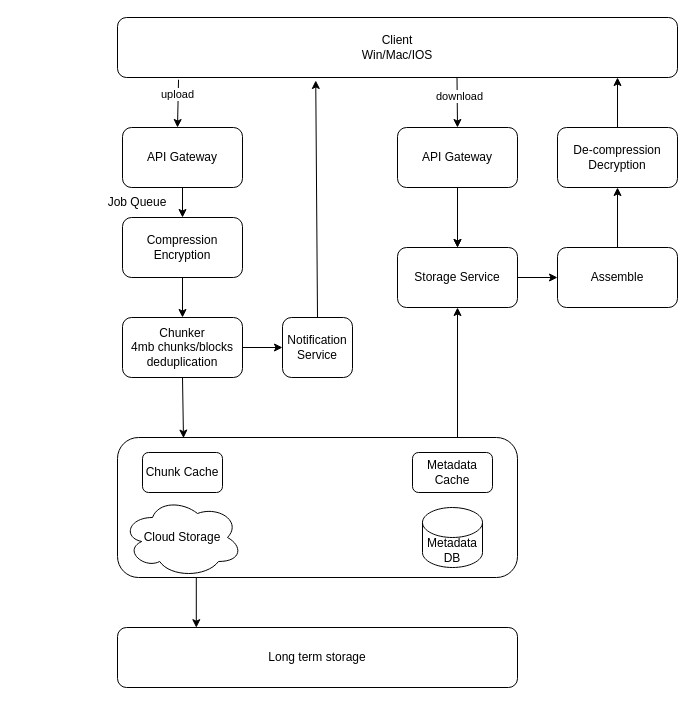
Earlier version of the draw.io diagram GoogleDrive.drawio (xwq172677170/SysdDiagram). Source tidied: cells renumbered, new cells numbered last; positions are measured from the earlier drawing's top-left corner, leaving out a move shared by most shapes. Both pictures are drawn from the tidied source at 100%, with x=0, y=0 at pixel (97, 17).
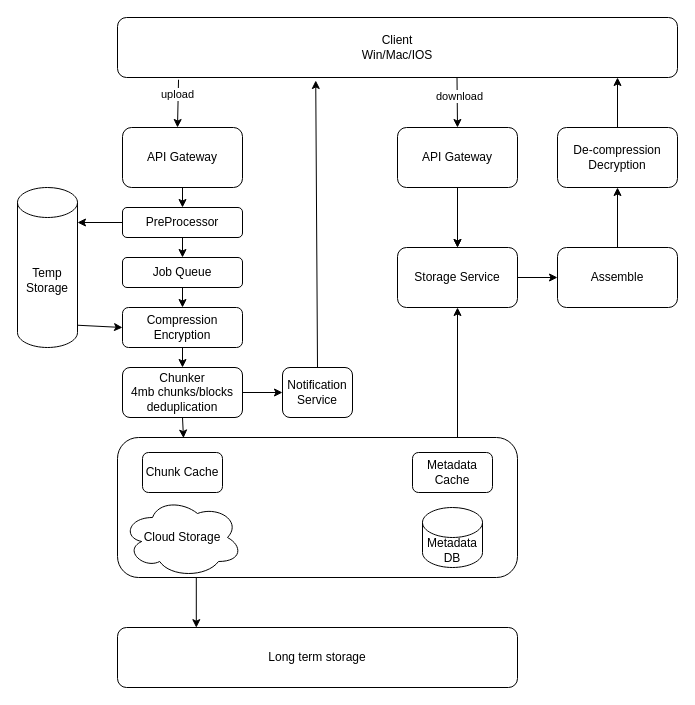
After the change.

Unchanged cells that the change refers to:
```xml
<mxCell id="5" value="API Gateway" style="rounded=1;whiteSpace=wrap;html=1;" parent="1" vertex="1">
  <mxGeometry x="25" y="110" width="120" height="60" as="geometry" />
</mxCell>
```

Diff of the diagram source:
```diff
@@
     <mxCell id="6" value="Chunker&lt;br&gt;4mb chunks/blocks&lt;br&gt;deduplication" style="rounded=1;whiteSpace=wrap;html=1;" parent="1" vertex="1">
-      <mxGeometry x="25" y="300" width="120" height="60" as="geometry" />
+      <mxGeometry x="25" y="350" width="120" height="50" as="geometry" />
     </mxCell>
@@
-    <mxCell id="12" style="endArrow=classic;html=1;rounded=0;entryX=0.5;entryY=0;entryDx=0;entryDy=0;" parent="1" edge="1" target="6">
-      <mxGeometry relative="1" as="geometry">
-        <mxPoint x="85" y="240" as="sourcePoint" />
-      </mxGeometry>
+    <mxCell id="12" style="endArrow=classic;html=1;rounded=0;entryX=0.5;entryY=0;entryDx=0;entryDy=0;" parent="1" edge="1" source="21" target="6">
+      <mxGeometry relative="1" as="geometry" />
     </mxCell>
@@
     <mxCell id="19" value="Notification Service" style="rounded=1;whiteSpace=wrap;html=1;" parent="1" vertex="1">
-      <mxGeometry x="185" y="300" width="70" height="60" as="geometry" />
+      <mxGeometry x="185" y="350" width="70" height="50" as="geometry" />
     </mxCell>
@@
-    <mxCell id="21" value="Compression&lt;br&gt;Encryption" style="rounded=1;whiteSpace=wrap;html=1;" parent="1" vertex="1">
-      <mxGeometry x="25" y="200" width="120" height="60" as="geometry" />
-    </mxCell>
-    <mxCell id="22" style="endArrow=classic;html=1;rounded=0;exitX=0.5;exitY=1;exitDx=0;exitDy=0;entryX=0.5;entryY=0;entryDx=0;entryDy=0;" parent="1" edge="1" source="5" target="21">
-      <mxGeometry relative="1" as="geometry" />
+    <mxCell id="22" style="endArrow=classic;html=1;rounded=0;exitX=0.5;exitY=1;exitDx=0;exitDy=0;" parent="1" edge="1" source="5">
+      <mxGeometry relative="1" as="geometry">
+        <mxPoint x="85" y="190" as="targetPoint" />
+      </mxGeometry>
     </mxCell>
@@
+    <mxCell id="34" style="endArrow=classic;html=1;rounded=0;entryX=0.5;entryY=0;entryDx=0;entryDy=0;" parent="1" edge="1" target="21">
+      <mxGeometry relative="1" as="geometry">
+        <mxPoint x="85" y="270" as="sourcePoint" />
+      </mxGeometry>
+    </mxCell>
+    <mxCell id="21" value="Compression&lt;br&gt;Encryption" style="rounded=1;whiteSpace=wrap;html=1;" parent="1" vertex="1">
+      <mxGeometry x="25" y="290" width="120" height="40" as="geometry" />
+    </mxCell>
+    <mxCell id="35" value="PreProcessor" style="rounded=1;whiteSpace=wrap;html=1;" parent="1" vertex="1">
+      <mxGeometry x="25" y="190" width="120" height="30" as="geometry" />
+    </mxCell>
+    <mxCell id="36" value="Temp Storage" style="shape=cylinder3;whiteSpace=wrap;html=1;boundedLbl=1;backgroundOutline=1;size=15;" parent="1" vertex="1">
+      <mxGeometry x="-80" y="170" width="60" height="160" as="geometry" />
+    </mxCell>
+    <mxCell id="37" style="endArrow=classic;html=1;rounded=0;exitX=0;exitY=0.5;exitDx=0;exitDy=0;" parent="1" edge="1" source="35">
+      <mxGeometry relative="1" as="geometry">
+        <mxPoint x="-20" y="205" as="targetPoint" />
+      </mxGeometry>
+    </mxCell>
-    <mxCell id="33" value="Job Queue" style="text;html=1;strokeColor=none;fillColor=none;align=center;verticalAlign=middle;whiteSpace=wrap;rounded=0;" parent="1" vertex="1">
-      <mxGeometry y="170" width="80" height="30" as="geometry" />
+    <mxCell id="33" value="Job Queue" style="rounded=1;whiteSpace=wrap;html=1;" parent="1" vertex="1">
+      <mxGeometry x="25" y="240" width="120" height="30" as="geometry" />
     </mxCell>
+    <mxCell id="38" style="endArrow=classic;html=1;rounded=0;exitX=0.5;exitY=1;exitDx=0;exitDy=0;entryX=0.5;entryY=0;entryDx=0;entryDy=0;" parent="1" edge="1" source="35" target="33">
+      <mxGeometry relative="1" as="geometry" />
+    </mxCell>
+    <mxCell id="39" style="endArrow=classic;html=1;rounded=0;exitX=1.007;exitY=0.861;exitDx=0;exitDy=0;exitPerimeter=0;entryX=0;entryY=0.5;entryDx=0;entryDy=0;" parent="1" edge="1" source="36" target="21">
+      <mxGeometry relative="1" as="geometry" />
+    </mxCell>
```
